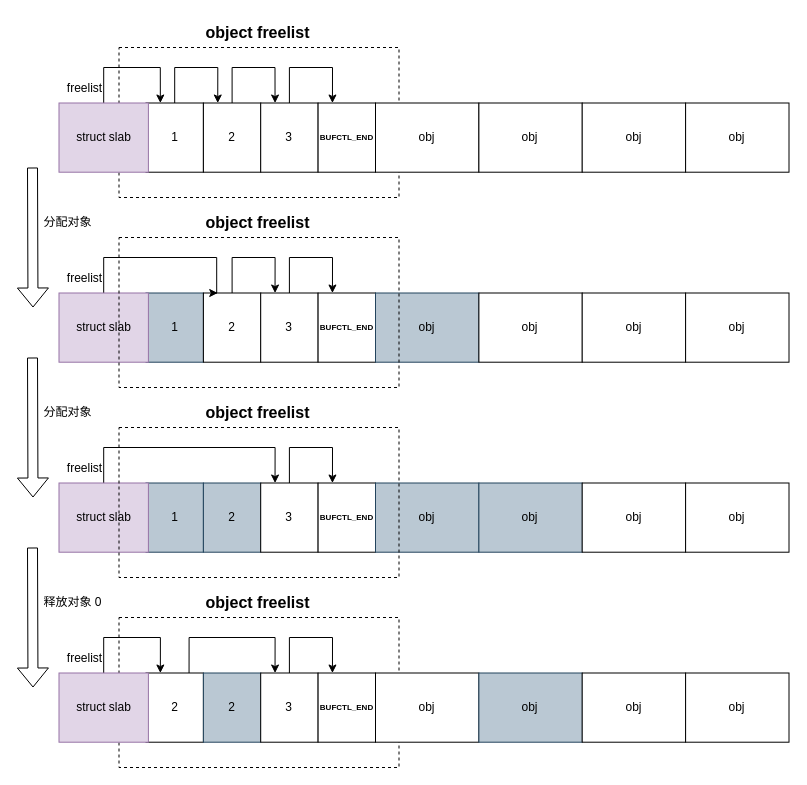
Earlier version of the draw.io diagram images/alloc-obj-freelist-management.drawio (kongjun18/thesis). Source tidied: cells renumbered, new cells numbered last; positions are measured from the earlier drawing's top-left corner, leaving out a move shared by most shapes. Both pictures are drawn from the tidied source at 100%, with x=0, y=0 at pixel (32, 17).
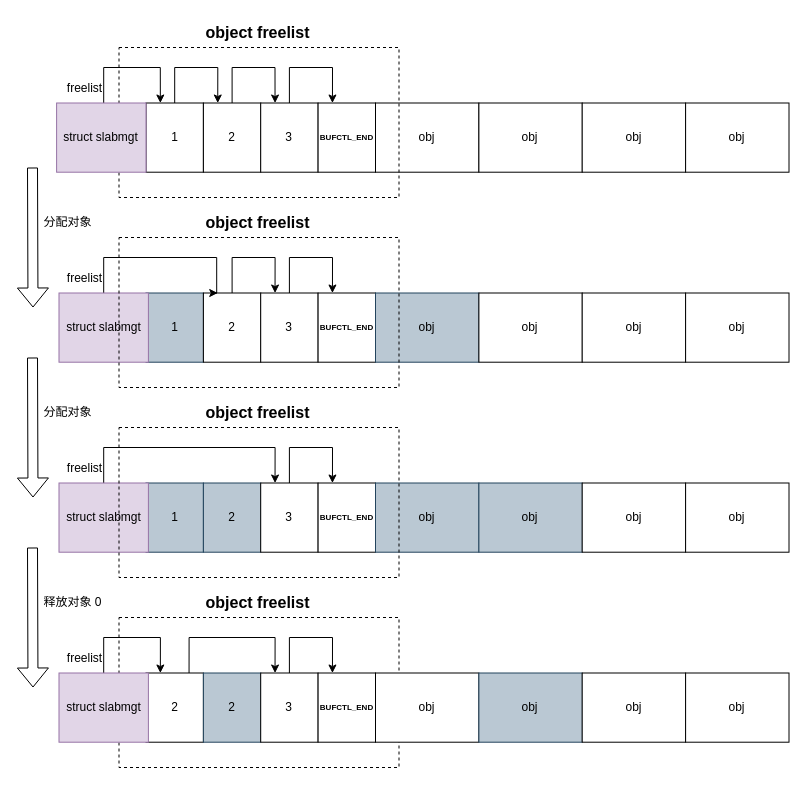
The same page after the edit.

Commit message (it also covers changes not shown here):
修复错误 slab 字段和图示

Unchanged cells that the change refers to:
```xml
<mxCell id="4" value="1" style="rounded=0;whiteSpace=wrap;html=1;shadow=0;" parent="1" vertex="1">
  <mxGeometry x="113.5" y="85.5" width="57.4" height="69.2" as="geometry" />
</mxCell>
```

Change to the diagram source:
```diff
@@
-    <mxCell id="2" style="rounded=0;labelBackgroundColor=none;fontFamily=宋体;fillColor=none;dashed=1;" parent="1" vertex="1">
-      <mxGeometry x="86.5" y="30" width="280" height="150" as="geometry" />
-    </mxCell>
@@
-    <mxCell id="15" style="edgeStyle=orthogonalEdgeStyle;rounded=0;jettySize=auto;html=1;exitX=0.5;exitY=0;exitDx=0;exitDy=0;entryX=0.25;entryY=0;entryDx=0;entryDy=0;" parent="1" edge="1" source="16" target="4">
+    <mxCell id="15" style="edgeStyle=orthogonalEdgeStyle;rounded=0;jettySize=auto;html=1;exitX=0.5;exitY=0;exitDx=0;exitDy=0;entryX=0.25;entryY=0;entryDx=0;entryDy=0;" parent="1" edge="1" target="4">
       <mxGeometry relative="1" as="geometry">
+        <mxPoint x="71.2" y="85.5" as="sourcePoint" />
         <Array as="points">
           <mxPoint x="71.5" y="50" />
           <mxPoint x="127.5" y="50" />
         </Array>
       </mxGeometry>
     </mxCell>
-    <mxCell id="16" value="struct slab" style="rounded=0;whiteSpace=wrap;html=1;shadow=0;fillColor=#e1d5e7;strokeColor=#9673a6;" parent="1" vertex="1">
-      <mxGeometry x="26.5" y="85.5" width="89.4" height="69.2" as="geometry" />
-    </mxCell>
@@
-    <mxCell id="30" value="struct slab" style="rounded=0;whiteSpace=wrap;html=1;shadow=0;fillColor=#e1d5e7;strokeColor=#9673a6;" parent="1" vertex="1">
+    <mxCell id="30" value="struct slabmgt" style="rounded=0;whiteSpace=wrap;html=1;shadow=0;fillColor=#e1d5e7;strokeColor=#9673a6;" parent="1" vertex="1">
       <mxGeometry x="26.5" y="275.5" width="89.4" height="69.2" as="geometry" />
     </mxCell>
@@
-    <mxCell id="46" value="struct slab" style="rounded=0;whiteSpace=wrap;html=1;shadow=0;fillColor=#e1d5e7;strokeColor=#9673a6;" parent="1" vertex="1">
+    <mxCell id="46" value="struct slabmgt" style="rounded=0;whiteSpace=wrap;html=1;shadow=0;fillColor=#e1d5e7;strokeColor=#9673a6;" parent="1" vertex="1">
       <mxGeometry x="26.5" y="465.5" width="89.4" height="69.2" as="geometry" />
     </mxCell>
@@
-    <mxCell id="62" value="struct slab" style="rounded=0;whiteSpace=wrap;html=1;shadow=0;fillColor=#e1d5e7;strokeColor=#9673a6;" parent="1" vertex="1">
+    <mxCell id="62" value="struct slabmgt" style="rounded=0;whiteSpace=wrap;html=1;shadow=0;fillColor=#e1d5e7;strokeColor=#9673a6;" parent="1" vertex="1">
       <mxGeometry x="26.5" y="655.5" width="89.4" height="69.2" as="geometry" />
     </mxCell>
@@
+    <mxCell id="2" style="rounded=0;labelBackgroundColor=none;fontFamily=宋体;fillColor=none;dashed=1;" parent="1" vertex="1">
+      <mxGeometry x="86.5" y="30" width="280" height="150" as="geometry" />
+    </mxCell>
+    <mxCell id="68" value="struct slabmgt" style="rounded=0;whiteSpace=wrap;html=1;shadow=0;fillColor=#e1d5e7;strokeColor=#9673a6;" parent="1" vertex="1">
+      <mxGeometry x="24.1" y="85.5" width="89.4" height="69.2" as="geometry" />
+    </mxCell>
```
